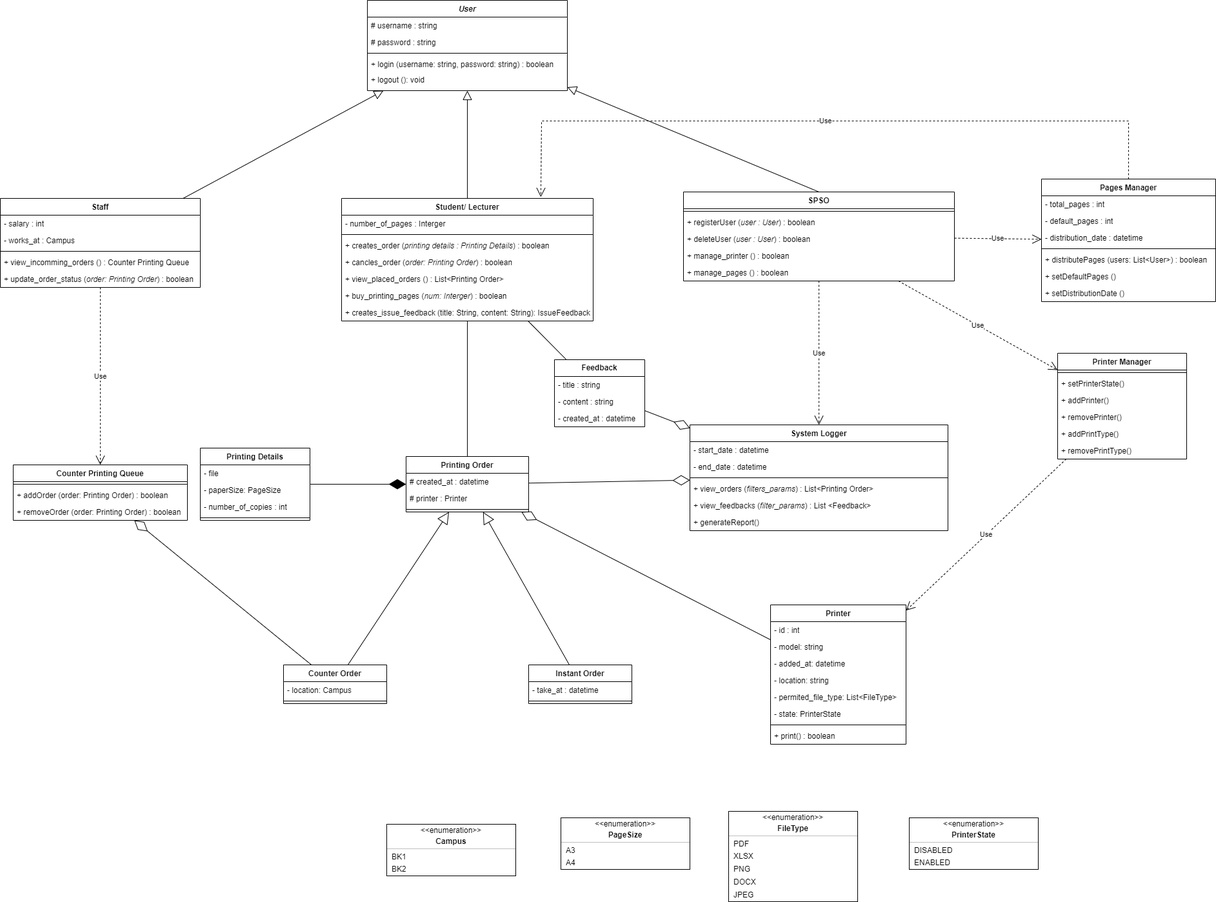
This is spss-class-diagram.drawio.png from blueonline07/auth-demo, a draw.io export, as it was before one commit. Source tidied: cells renumbered, new cells last; positions are measured from the earlier drawing's top-left corner, leaving out a move shared by most shapes.
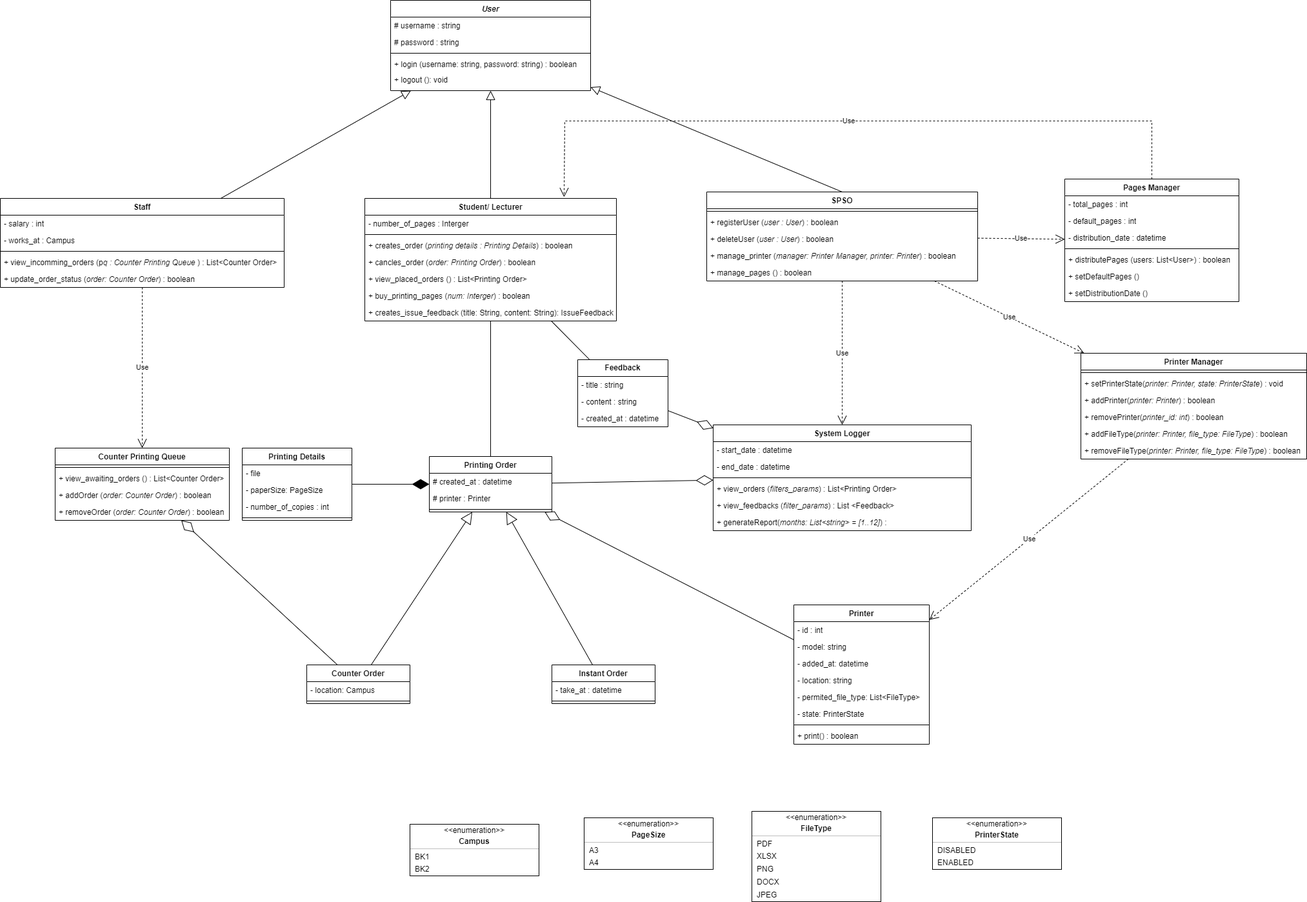
The same diagram one commit later.

Commit message:
Cập nhật spss-class-diagram.drawio.png

Diff of the diagram source:
```diff
@@ -45,22 +45,22 @@
       <mxGeometry y="164" width="390" height="26" as="geometry" />
     </mxCell>
     <mxCell id="16" value="Staff" style="swimlane;fontStyle=1;align=center;verticalAlign=top;horizontal=1;startSize=26;rounded=0;shadow=0;strokeWidth=1;" parent="1" vertex="1">
-      <mxGeometry y="307" width="310" height="138" as="geometry" />
+      <mxGeometry x="-36" y="307" width="440" height="138" as="geometry" />
     </mxCell>
     <mxCell id="17" value="- salary : int" style="text;align=left;verticalAlign=top;spacingLeft=4;spacingRight=4;overflow=hidden;" parent="16" vertex="1">
-      <mxGeometry y="26" width="310" height="26" as="geometry" />
+      <mxGeometry y="26" width="440" height="26" as="geometry" />
     </mxCell>
     <mxCell id="18" value="- works_at : Campus" style="text;align=left;verticalAlign=top;spacingLeft=4;spacingRight=4;overflow=hidden;" parent="16" vertex="1">
-      <mxGeometry y="52" width="310" height="26" as="geometry" />
+      <mxGeometry y="52" width="440" height="26" as="geometry" />
     </mxCell>
     <mxCell id="19" style="line;html=1;strokeWidth=1;align=left;verticalAlign=middle;spacingTop=-1;spacingLeft=3;spacingRight=3;labelPosition=right;" parent="16" vertex="1">
-      <mxGeometry y="78" width="310" height="8" as="geometry" />
+      <mxGeometry y="78" width="440" height="8" as="geometry" />
     </mxCell>
-    <mxCell id="20" value="+ view_incomming_orders () : Counter Printing Queue" style="text;strokeColor=none;fillColor=none;align=left;verticalAlign=top;spacingLeft=4;spacingRight=4;overflow=hidden;whiteSpace=wrap;html=1;" parent="16" vertex="1">
-      <mxGeometry y="86" width="310" height="26" as="geometry" />
+    <mxCell id="20" value="+ view_incomming_orders (p&lt;i&gt;q : Counter Printing Queue&lt;/i&gt;&amp;nbsp;) : List&amp;lt;Counter Order&amp;gt;" style="text;strokeColor=none;fillColor=none;align=left;verticalAlign=top;spacingLeft=4;spacingRight=4;overflow=hidden;whiteSpace=wrap;html=1;" parent="16" vertex="1">
+      <mxGeometry y="86" width="440" height="26" as="geometry" />
     </mxCell>
-    <mxCell id="21" value="+ update_order_status (&lt;i&gt;order: Printing Order&lt;/i&gt;) : boolean" style="text;strokeColor=none;fillColor=none;align=left;verticalAlign=top;spacingLeft=4;spacingRight=4;overflow=hidden;whiteSpace=wrap;html=1;" parent="16" vertex="1">
-      <mxGeometry y="112" width="310" height="26" as="geometry" />
+    <mxCell id="21" value="+ update_order_status (&lt;i&gt;order: Counter Order&lt;/i&gt;) : boolean" style="text;strokeColor=none;fillColor=none;align=left;verticalAlign=top;spacingLeft=4;spacingRight=4;overflow=hidden;whiteSpace=wrap;html=1;" parent="16" vertex="1">
+      <mxGeometry y="112" width="440" height="26" as="geometry" />
     </mxCell>
     <mxCell id="22" value="SPSO" style="swimlane;fontStyle=1;align=center;verticalAlign=top;horizontal=1;startSize=26;whiteSpace=wrap;html=1;" parent="1" vertex="1">
       <mxGeometry x="1059" y="297" width="420" height="138" as="geometry" />
@@ -74,7 +74,7 @@
     <mxCell id="25" value="+ deleteUser (&lt;i&gt;user : User&lt;/i&gt;) : boolean" style="text;strokeColor=none;fillColor=none;align=left;verticalAlign=top;spacingLeft=4;spacingRight=4;overflow=hidden;whiteSpace=wrap;html=1;" parent="22" vertex="1">
       <mxGeometry y="60" width="420" height="26" as="geometry" />
     </mxCell>
-    <mxCell id="26" value="+ manage_printer () : boolean" style="text;strokeColor=none;fillColor=none;align=left;verticalAlign=top;spacingLeft=4;spacingRight=4;overflow=hidden;whiteSpace=wrap;html=1;" parent="22" vertex="1">
+    <mxCell id="26" value="+ manage_printer (&lt;i&gt;manager: Printer Manager, printer: Printer&lt;/i&gt;) : boolean" style="text;strokeColor=none;fillColor=none;align=left;verticalAlign=top;spacingLeft=4;spacingRight=4;overflow=hidden;whiteSpace=wrap;html=1;" parent="22" vertex="1">
       <mxGeometry y="86" width="420" height="26" as="geometry" />
     </mxCell>
     <mxCell id="27" value="+ manage_pages () : boolean" style="text;strokeColor=none;fillColor=none;align=left;verticalAlign=top;spacingLeft=4;spacingRight=4;overflow=hidden;whiteSpace=wrap;html=1;" parent="22" vertex="1">
@@ -120,16 +120,19 @@
       <mxGeometry y="78" width="190" height="8" as="geometry" />
     </mxCell>
     <mxCell id="41" value="Counter Printing Queue" style="swimlane;fontStyle=1;align=center;verticalAlign=top;horizontal=1;startSize=26;whiteSpace=wrap;html=1;" parent="1" vertex="1">
-      <mxGeometry x="20" y="720" width="270" height="86" as="geometry" />
+      <mxGeometry x="49" y="694" width="270" height="112" as="geometry" />
     </mxCell>
     <mxCell id="42" style="line;strokeWidth=1;fillColor=none;align=left;verticalAlign=middle;spacingTop=-1;spacingLeft=3;spacingRight=3;labelPosition=right;strokeColor=inherit;" parent="41" vertex="1">
       <mxGeometry y="26" width="270" height="8" as="geometry" />
     </mxCell>
+    <mxCell id="127" value="+ view_awaiting_orders () : List&amp;lt;Counter Order&amp;gt;" style="text;strokeColor=none;fillColor=none;align=left;verticalAlign=top;spacingLeft=4;spacingRight=4;overflow=hidden;whiteSpace=wrap;html=1;" parent="41" vertex="1">
+      <mxGeometry y="34" width="270" height="26" as="geometry" />
+    </mxCell>
-    <mxCell id="43" value="+ addOrder (order: Printing Order) : boolean" style="text;strokeColor=none;fillColor=none;align=left;verticalAlign=top;spacingLeft=4;spacingRight=4;overflow=hidden;whiteSpace=wrap;html=1;" parent="41" vertex="1">
-      <mxGeometry y="34" width="270" height="26" as="geometry" />
+    <mxCell id="43" value="+ addOrder (&lt;i&gt;order: Counter Order&lt;/i&gt;) : boolean" style="text;strokeColor=none;fillColor=none;align=left;verticalAlign=top;spacingLeft=4;spacingRight=4;overflow=hidden;whiteSpace=wrap;html=1;" parent="41" vertex="1">
+      <mxGeometry y="60" width="270" height="26" as="geometry" />
     </mxCell>
-    <mxCell id="44" value="+ removeOrder (order: Printing Order) : boolean" style="text;strokeColor=none;fillColor=none;align=left;verticalAlign=top;spacingLeft=4;spacingRight=4;overflow=hidden;whiteSpace=wrap;html=1;" parent="41" vertex="1">
-      <mxGeometry y="60" width="270" height="26" as="geometry" />
+    <mxCell id="44" value="+ removeOrder (&lt;i&gt;order: Counter Order&lt;/i&gt;) : boolean" style="text;strokeColor=none;fillColor=none;align=left;verticalAlign=top;spacingLeft=4;spacingRight=4;overflow=hidden;whiteSpace=wrap;html=1;" parent="41" vertex="1">
+      <mxGeometry y="86" width="270" height="26" as="geometry" />
     </mxCell>
     <mxCell id="45" value="System Logger" style="swimlane;fontStyle=1;align=center;verticalAlign=top;horizontal=1;startSize=26;whiteSpace=wrap;html=1;" parent="1" vertex="1">
       <mxGeometry x="1069" y="658" width="400" height="164" as="geometry" />
@@ -149,7 +152,7 @@
     <mxCell id="50" value="+ view_feedbacks (&lt;i&gt;filter_params&lt;/i&gt;) : List &amp;lt;Feedback&amp;gt;" style="text;strokeColor=none;fillColor=none;align=left;verticalAlign=top;spacingLeft=4;spacingRight=4;overflow=hidden;whiteSpace=wrap;html=1;" parent="45" vertex="1">
       <mxGeometry y="112" width="400" height="26" as="geometry" />
     </mxCell>
-    <mxCell id="51" value="+ generateReport()" style="text;strokeColor=none;fillColor=none;align=left;verticalAlign=top;spacingLeft=4;spacingRight=4;overflow=hidden;whiteSpace=wrap;html=1;" parent="45" vertex="1">
+    <mxCell id="51" value="+ generateReport(&lt;i&gt;months: List&amp;lt;string&amp;gt; = [1..12]&lt;/i&gt;) :&amp;nbsp;" style="text;strokeColor=none;fillColor=none;align=left;verticalAlign=top;spacingLeft=4;spacingRight=4;overflow=hidden;whiteSpace=wrap;html=1;" parent="45" vertex="1">
       <mxGeometry y="138" width="400" height="26" as="geometry" />
     </mxCell>
     <mxCell id="52" style="fontStyle=1;align=center;verticalAlign=middle;horizontal=1;" parent="1" vertex="1">
@@ -201,25 +204,25 @@
       <mxGeometry relative="1" as="geometry" />
     </mxCell>
     <mxCell id="68" value="Printer Manager" style="swimlane;fontStyle=1;align=center;verticalAlign=top;horizontal=1;startSize=26;whiteSpace=wrap;html=1;" parent="1" vertex="1">
-      <mxGeometry x="1639" y="547" width="200" height="164" as="geometry" />
+      <mxGeometry x="1639" y="547" width="350" height="164" as="geometry" />
     </mxCell>
     <mxCell id="69" style="line;strokeWidth=1;fillColor=none;align=left;verticalAlign=middle;spacingTop=-1;spacingLeft=3;spacingRight=3;labelPosition=right;strokeColor=inherit;" parent="68" vertex="1">
-      <mxGeometry y="26" width="200" height="8" as="geometry" />
+      <mxGeometry y="26" width="350" height="8" as="geometry" />
     </mxCell>
-    <mxCell id="70" value="+ setPrinterState()" style="text;strokeColor=none;fillColor=none;align=left;verticalAlign=top;spacingLeft=4;spacingRight=4;overflow=hidden;whiteSpace=wrap;html=1;" parent="68" vertex="1">
-      <mxGeometry y="34" width="200" height="26" as="geometry" />
+    <mxCell id="70" value="+ setPrinterState(&lt;i&gt;printer: Printer, state: PrinterState&lt;/i&gt;) : void" style="text;strokeColor=none;fillColor=none;align=left;verticalAlign=top;spacingLeft=4;spacingRight=4;overflow=hidden;whiteSpace=wrap;html=1;" parent="68" vertex="1">
+      <mxGeometry y="34" width="350" height="26" as="geometry" />
     </mxCell>
-    <mxCell id="71" value="+ addPrinter()" style="text;strokeColor=none;fillColor=none;align=left;verticalAlign=top;spacingLeft=4;spacingRight=4;overflow=hidden;whiteSpace=wrap;html=1;" parent="68" vertex="1">
-      <mxGeometry y="60" width="200" height="26" as="geometry" />
+    <mxCell id="71" value="+ addPrinter(&lt;i&gt;printer: Printer&lt;/i&gt;) : boolean" style="text;strokeColor=none;fillColor=none;align=left;verticalAlign=top;spacingLeft=4;spacingRight=4;overflow=hidden;whiteSpace=wrap;html=1;" parent="68" vertex="1">
+      <mxGeometry y="60" width="350" height="26" as="geometry" />
     </mxCell>
-    <mxCell id="72" value="+ removePrinter()" style="text;strokeColor=none;fillColor=none;align=left;verticalAlign=top;spacingLeft=4;spacingRight=4;overflow=hidden;whiteSpace=wrap;html=1;" parent="68" vertex="1">
-      <mxGeometry y="86" width="200" height="26" as="geometry" />
+    <mxCell id="72" value="+ removePrinter(&lt;i&gt;printer_id: int&lt;/i&gt;) : boolean" style="text;strokeColor=none;fillColor=none;align=left;verticalAlign=top;spacingLeft=4;spacingRight=4;overflow=hidden;whiteSpace=wrap;html=1;" parent="68" vertex="1">
+      <mxGeometry y="86" width="350" height="26" as="geometry" />
     </mxCell>
-    <mxCell id="73" value="+ addPrintType()" style="text;strokeColor=none;fillColor=none;align=left;verticalAlign=top;spacingLeft=4;spacingRight=4;overflow=hidden;whiteSpace=wrap;html=1;" parent="68" vertex="1">
-      <mxGeometry y="112" width="200" height="26" as="geometry" />
+    <mxCell id="73" value="+ addFileType(&lt;i&gt;printer: Printer, file_type: FileType&lt;/i&gt;) : boolean" style="text;strokeColor=none;fillColor=none;align=left;verticalAlign=top;spacingLeft=4;spacingRight=4;overflow=hidden;whiteSpace=wrap;html=1;" parent="68" vertex="1">
+      <mxGeometry y="112" width="350" height="26" as="geometry" />
     </mxCell>
-    <mxCell id="74" value="+ removePrintType()" style="text;strokeColor=none;fillColor=none;align=left;verticalAlign=top;spacingLeft=4;spacingRight=4;overflow=hidden;whiteSpace=wrap;html=1;" parent="68" vertex="1">
-      <mxGeometry y="138" width="200" height="26" as="geometry" />
+    <mxCell id="74" value="+ removeFileType(&lt;i&gt;printer: Printer, file_type: FileType&lt;/i&gt;) : boolean" style="text;strokeColor=none;fillColor=none;align=left;verticalAlign=top;spacingLeft=4;spacingRight=4;overflow=hidden;whiteSpace=wrap;html=1;" parent="68" vertex="1">
+      <mxGeometry y="138" width="350" height="26" as="geometry" />
     </mxCell>
     <mxCell id="75" value="Pages Manager" style="swimlane;fontStyle=1;align=center;verticalAlign=top;horizontal=1;startSize=26;whiteSpace=wrap;html=1;" parent="1" vertex="1">
       <mxGeometry x="1614" y="277" width="270" height="190" as="geometry" />
@@ -300,7 +303,7 @@
       <mxGeometry relative="1" as="geometry" />
     </mxCell>
     <mxCell id="101" value="Printing Details" style="swimlane;fontStyle=1;align=center;verticalAlign=top;horizontal=1;startSize=26;whiteSpace=wrap;html=1;" parent="1" vertex="1">
-      <mxGeometry x="310" y="694" width="170" height="112" as="geometry" />
+      <mxGeometry x="339" y="694" width="170" height="112" as="geometry" />
     </mxCell>
     <mxCell id="102" value="- file" style="text;strokeColor=none;fillColor=none;align=left;verticalAlign=top;spacingLeft=4;spacingRight=4;overflow=hidden;whiteSpace=wrap;html=1;" parent="101" vertex="1">
       <mxGeometry y="26" width="170" height="26" as="geometry" />
```
